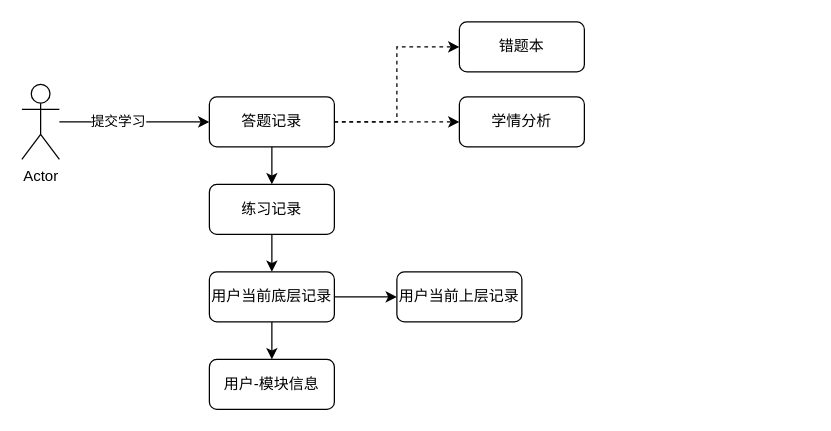
Above: 学习记录模型V2.drawio in little-bee-zz/draw (draw.io), before the change. Source tidied: cells renumbered, new cells numbered last; positions are measured from the earlier drawing's top-left corner, leaving out a move shared by most shapes. Both pictures are drawn from the tidied source at 125%, with x=0, y=0 at pixel (21, 21).
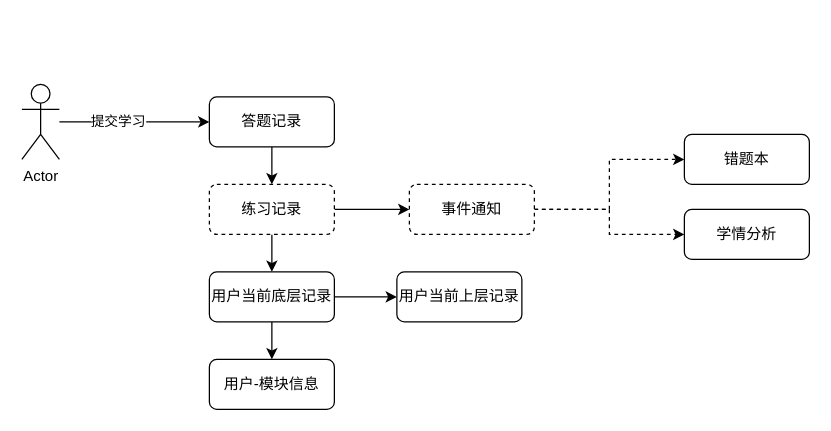
The same page after the edit.

Commit message (it also covers changes not shown here):
更新学习记录模型V2.drawio

Diff of the diagram source:
```diff
@@
 <mxGraphModel>
   <root>
     <mxCell id="0" />
     <mxCell id="1" parent="0" />
     <mxCell id="2" value="用户-模块信息" style="rounded=1;whiteSpace=wrap;html=1;" parent="1" vertex="1">
       <mxGeometry x="150" y="270" width="100" height="40" as="geometry" />
     </mxCell>
     <mxCell id="3" style="edgeStyle=orthogonalEdgeStyle;rounded=0;jettySize=auto;html=1;" parent="1" edge="1" source="4" target="11">
       <mxGeometry relative="1" as="geometry" />
     </mxCell>
+    <mxCell id="18" style="edgeStyle=orthogonalEdgeStyle;rounded=0;jettySize=auto;html=1;" parent="1" edge="1" source="4" target="21">
+      <mxGeometry relative="1" as="geometry" />
+    </mxCell>
-    <mxCell id="4" value="练习记录" style="rounded=1;whiteSpace=wrap;html=1;" parent="1" vertex="1">
+    <mxCell id="4" value="练习记录" style="rounded=1;whiteSpace=wrap;html=1;dashed=1;" parent="1" vertex="1">
       <mxGeometry x="150" y="130" width="100" height="40" as="geometry" />
     </mxCell>
     <mxCell id="5" style="edgeStyle=orthogonalEdgeStyle;rounded=0;jettySize=auto;html=1;entryX=0.5;entryY=0;entryDx=0;entryDy=0;" parent="1" edge="1" source="8" target="4">
       <mxGeometry relative="1" as="geometry" />
     </mxCell>
-    <mxCell id="6" style="edgeStyle=orthogonalEdgeStyle;rounded=0;jettySize=auto;html=1;entryX=0;entryY=0.5;entryDx=0;entryDy=0;dashed=1;" parent="1" edge="1" source="8" target="16">
-      <mxGeometry relative="1" as="geometry" />
-    </mxCell>
-    <mxCell id="7" style="edgeStyle=orthogonalEdgeStyle;rounded=0;jettySize=auto;html=1;dashed=1;" parent="1" edge="1" source="8" target="17">
-      <mxGeometry relative="1" as="geometry" />
-    </mxCell>
     <mxCell id="8" value="答题记录" style="rounded=1;whiteSpace=wrap;html=1;" parent="1" vertex="1">
       <mxGeometry x="150" y="60" width="100" height="40" as="geometry" />
     </mxCell>
     <mxCell id="9" style="edgeStyle=orthogonalEdgeStyle;rounded=0;jettySize=auto;html=1;" parent="1" edge="1" source="11" target="12">
       <mxGeometry relative="1" as="geometry" />
     </mxCell>
     <mxCell id="10" style="edgeStyle=orthogonalEdgeStyle;rounded=0;jettySize=auto;html=1;" parent="1" edge="1" source="11" target="2">
       <mxGeometry relative="1" as="geometry" />
     </mxCell>
     <mxCell id="11" value="用户当前底层记录" style="rounded=1;whiteSpace=wrap;html=1;" parent="1" vertex="1">
       <mxGeometry x="150" y="200" width="100" height="40" as="geometry" />
     </mxCell>
     <mxCell id="12" value="用户当前上层记录" style="rounded=1;whiteSpace=wrap;html=1;" parent="1" vertex="1">
       <mxGeometry x="300" y="200" width="100" height="40" as="geometry" />
     </mxCell>
     <mxCell id="13" style="edgeStyle=orthogonalEdgeStyle;rounded=0;jettySize=auto;html=1;entryX=0;entryY=0.5;entryDx=0;entryDy=0;" parent="1" edge="1" source="15" target="8">
       <mxGeometry relative="1" as="geometry" />
     </mxCell>
     <mxCell id="14" value="提交学习" style="edgeLabel;html=1;align=center;verticalAlign=middle;" parent="13" vertex="1">
       <mxGeometry x="-0.24" y="1" relative="1" as="geometry" />
     </mxCell>
     <mxCell id="15" value="Actor" style="shape=umlActor;verticalLabelPosition=bottom;verticalAlign=top;html=1;outlineConnect=0;" parent="1" vertex="1">
       <mxGeometry y="50" width="30" height="60" as="geometry" />
     </mxCell>
     <mxCell id="16" value="错题本" style="rounded=1;whiteSpace=wrap;html=1;" parent="1" vertex="1">
-      <mxGeometry x="350" width="100" height="40" as="geometry" />
+      <mxGeometry x="530" y="90" width="100" height="40" as="geometry" />
     </mxCell>
     <mxCell id="17" value="学情分析" style="rounded=1;whiteSpace=wrap;html=1;" parent="1" vertex="1">
-      <mxGeometry x="350" y="60" width="100" height="40" as="geometry" />
+      <mxGeometry x="530" y="150" width="100" height="40" as="geometry" />
     </mxCell>
+    <mxCell id="19" style="edgeStyle=orthogonalEdgeStyle;rounded=0;jettySize=auto;html=1;dashed=1;" parent="1" edge="1" source="21" target="16">
+      <mxGeometry relative="1" as="geometry" />
+    </mxCell>
+    <mxCell id="20" style="edgeStyle=orthogonalEdgeStyle;rounded=0;jettySize=auto;html=1;dashed=1;" parent="1" edge="1" source="21" target="17">
+      <mxGeometry relative="1" as="geometry" />
+    </mxCell>
+    <mxCell id="21" value="事件通知" style="rounded=1;whiteSpace=wrap;html=1;dashed=1;" parent="1" vertex="1">
+      <mxGeometry x="310" y="130" width="100" height="40" as="geometry" />
+    </mxCell>
   </root>
 </mxGraphModel>
```
